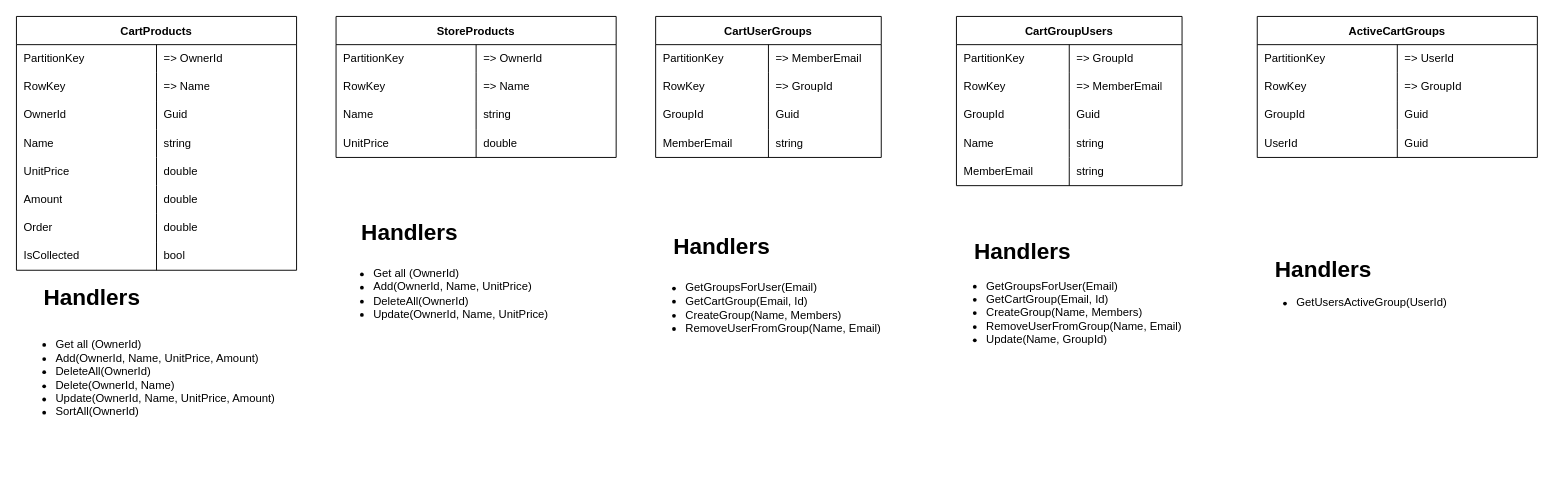
Before: table_schema.drawio in Markz878/GroceryListApp, a draw.io diagram. Source tidied: cells renumbered, new cells numbered last; positions are measured from the earlier drawing's top-left corner, leaving out a move shared by most shapes. Both pictures are drawn from the tidied source at 94%, with x=0, y=0 at pixel (16, 16).
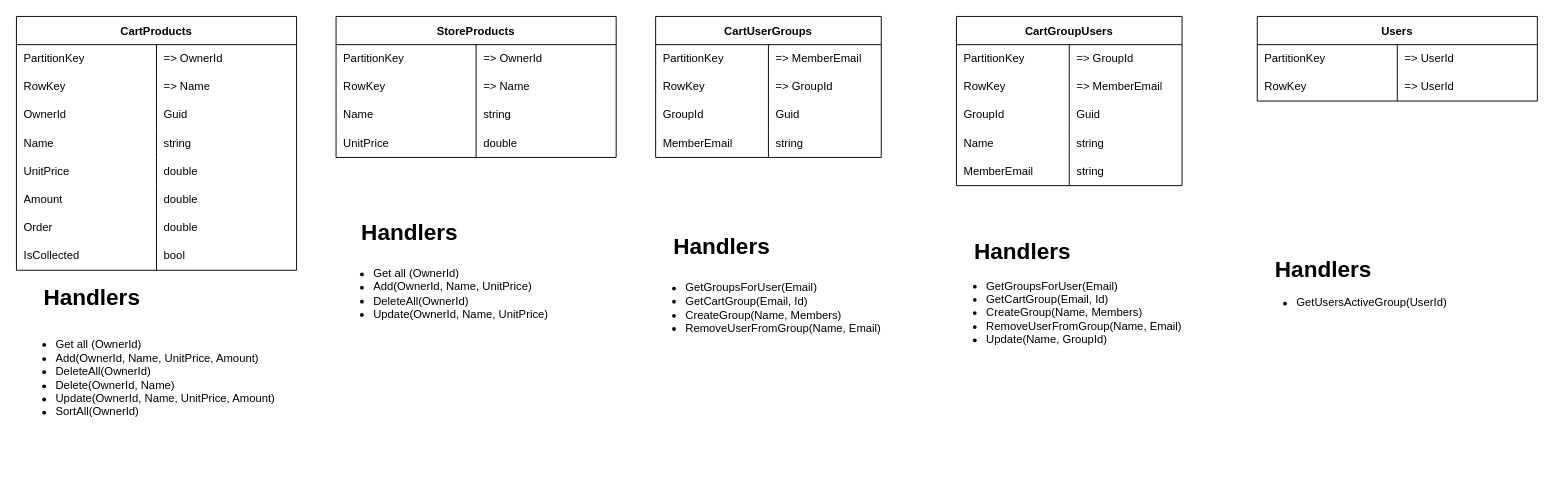
The same page after the edit.

Unchanged cells that the change refers to:
```xml
<mxCell id="65" style="shape=tableRow;horizontal=0;startSize=0;swimlaneHead=0;swimlaneBody=0;top=0;left=0;bottom=0;right=0;fillColor=none;" parent="61" vertex="1">
  <mxGeometry y="60" width="298" height="30" as="geometry" />
</mxCell>
```

The edit, as a diff of the source:
```diff
@@
-    <mxCell id="61" value="ActiveCartGroups" style="shape=table;startSize=30;childLayout=tableLayout;rowLines=0;fontStyle=1;" parent="1" vertex="1">
-      <mxGeometry x="1320" width="298" height="150" as="geometry" />
+    <mxCell id="61" value="Users" style="shape=table;startSize=30;childLayout=tableLayout;rowLines=0;fontStyle=1;" parent="1" vertex="1">
+      <mxGeometry x="1320" width="298" height="90" as="geometry" />
     </mxCell>
@@
-    <mxCell id="67" value="=&amp;gt; GroupId" style="shape=partialRectangle;html=1;whiteSpace=wrap;fillColor=none;top=0;left=0;bottom=0;right=0;align=left;spacingLeft=6;overflow=hidden;" parent="65" vertex="1">
+    <mxCell id="67" value="=&amp;gt; UserId" style="shape=partialRectangle;html=1;whiteSpace=wrap;fillColor=none;top=0;left=0;bottom=0;right=0;align=left;spacingLeft=6;overflow=hidden;" parent="65" vertex="1">
       <mxGeometry x="149" width="149" height="30" as="geometry" />
     </mxCell>
-    <mxCell id="68" style="shape=tableRow;horizontal=0;startSize=0;swimlaneHead=0;swimlaneBody=0;top=0;left=0;bottom=0;right=0;fillColor=none;" parent="61" vertex="1">
-      <mxGeometry y="90" width="298" height="30" as="geometry" />
-    </mxCell>
-    <mxCell id="69" value="GroupId" style="shape=partialRectangle;html=1;whiteSpace=wrap;fillColor=none;top=0;left=0;bottom=0;right=0;align=left;spacingLeft=6;overflow=hidden;" parent="68" vertex="1">
-      <mxGeometry width="149" height="30" as="geometry" />
-    </mxCell>
-    <mxCell id="70" value="Guid" style="shape=partialRectangle;html=1;whiteSpace=wrap;fillColor=none;top=0;left=0;bottom=0;right=0;align=left;spacingLeft=6;overflow=hidden;" parent="68" vertex="1">
-      <mxGeometry x="149" width="149" height="30" as="geometry" />
-    </mxCell>
-    <mxCell id="71" style="shape=tableRow;horizontal=0;startSize=0;swimlaneHead=0;swimlaneBody=0;top=0;left=0;bottom=0;right=0;fillColor=none;" parent="61" vertex="1">
-      <mxGeometry y="120" width="298" height="30" as="geometry" />
-    </mxCell>
-    <mxCell id="72" value="UserId" style="shape=partialRectangle;html=1;whiteSpace=wrap;fillColor=none;top=0;left=0;bottom=0;right=0;align=left;spacingLeft=6;overflow=hidden;" parent="71" vertex="1">
-      <mxGeometry width="149" height="30" as="geometry" />
-    </mxCell>
-    <mxCell id="73" value="Guid" style="shape=partialRectangle;html=1;whiteSpace=wrap;fillColor=none;top=0;left=0;bottom=0;right=0;align=left;spacingLeft=6;overflow=hidden;" parent="71" vertex="1">
-      <mxGeometry x="149" width="149" height="30" as="geometry" />
-    </mxCell>
```
